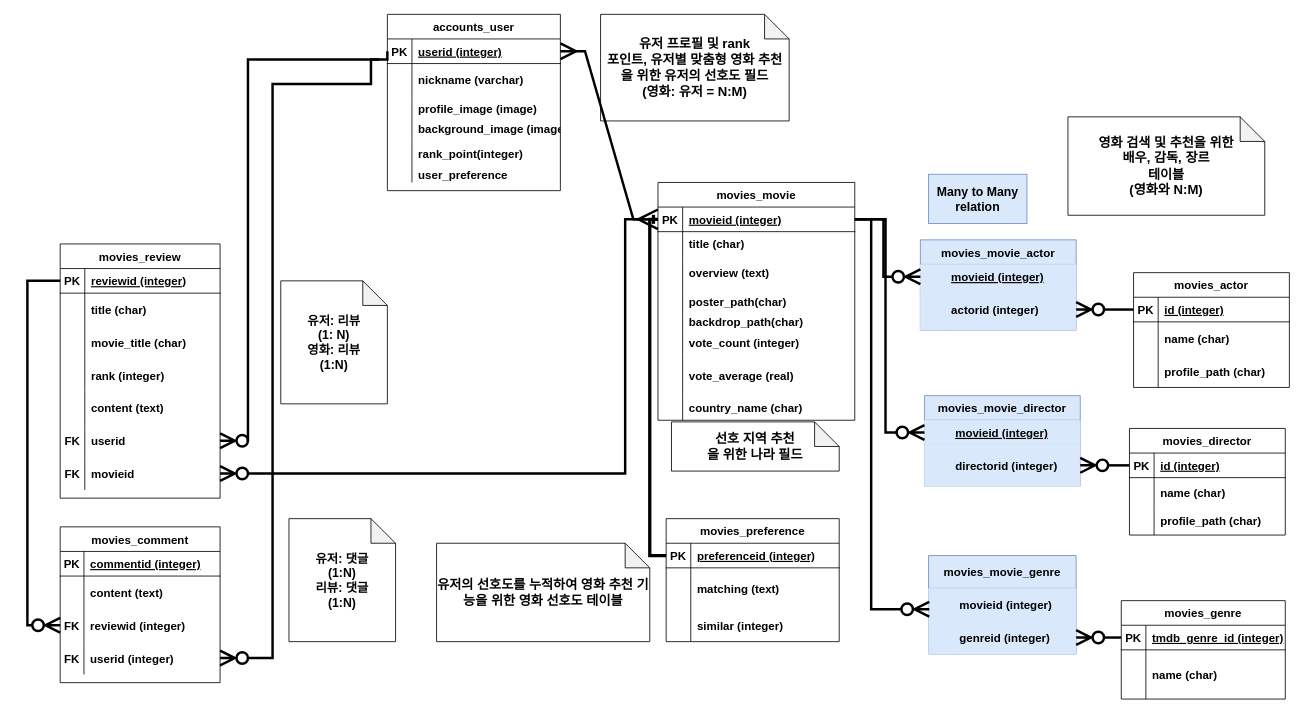
Santiago-kwp/TIL keeps this draw.io diagram as sqlite-learn/prac_sql/movie_pjt.drawio. Above is the earlier version. Source tidied: cells renumbered, new cells numbered last; positions are measured from the earlier drawing's top-left corner, leaving out a move shared by most shapes. Both pictures are drawn from the tidied source at 82%, with x=0, y=0 at pixel (27, 14).
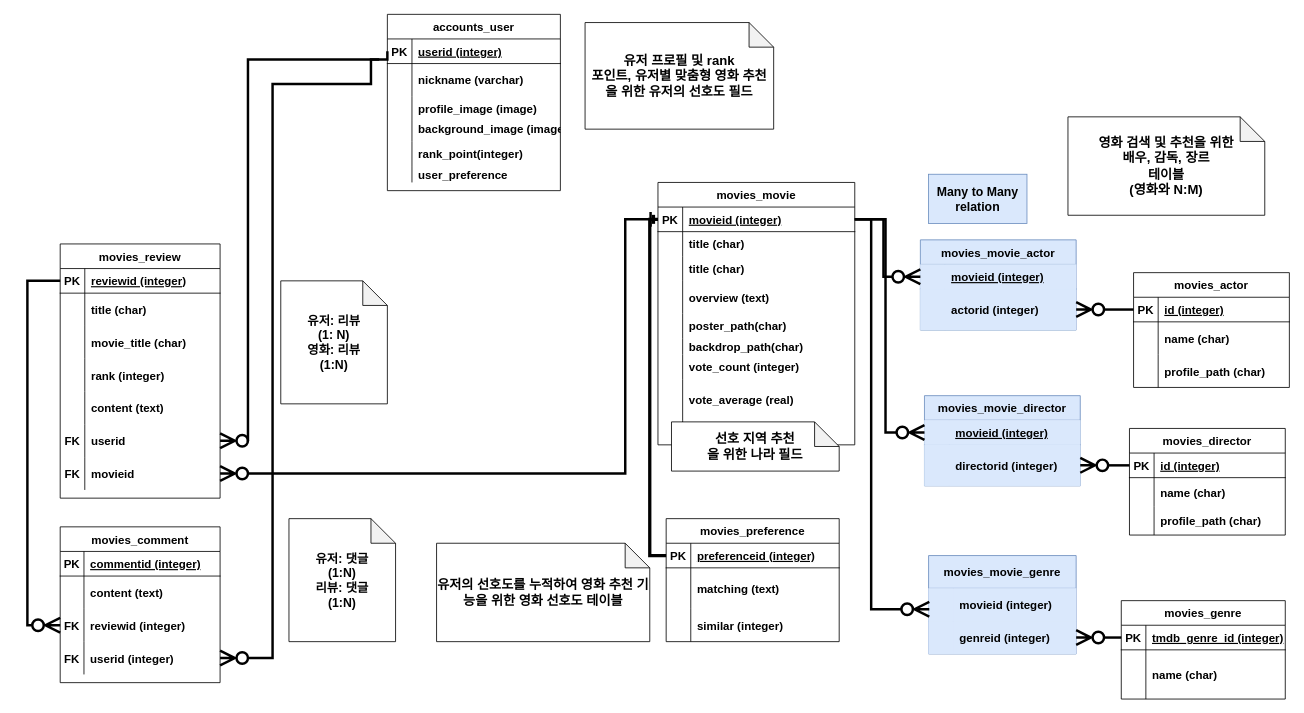
The same diagram, later.

The change refers to these unchanged cells:
```xml
<mxCell id="23" style="shape=partialRectangle;fillColor=none;top=0;left=0;bottom=1;right=0;points=[[0,0.5],[1,0.5]];portConstraint=eastwest;fontStyle=1;fontSize=14;" parent="22" vertex="1">
  <mxGeometry y="30" width="240" height="30" as="geometry" />
</mxCell>
<mxCell id="66" style="shape=partialRectangle;fillColor=none;top=0;left=0;bottom=0;right=0;points=[[0,0.5],[1,0.5]];portConstraint=eastwest;fontSize=14;" parent="47" vertex="1">
  <mxGeometry y="260" width="195" height="40" as="geometry" />
</mxCell>
```

Diff of the diagram source:
```diff
@@
     <mxCell id="22" value="movies_movie" style="shape=table;startSize=30;childLayout=tableLayout;rowLines=0;fontStyle=1;align=center;fontSize=14;" parent="1" vertex="1">
-      <mxGeometry x="768.9" y="205" width="240" height="290" as="geometry" />
+      <mxGeometry x="768.9" y="205" width="240" height="320" as="geometry" />
     </mxCell>
@@
+    <mxCell id="158" style="shape=partialRectangle;fillColor=none;top=0;left=0;bottom=0;right=0;fontStyle=1;fontSize=14;" parent="22" vertex="1">
+      <mxGeometry y="60" width="240" height="30" as="geometry" />
+    </mxCell>
+    <mxCell id="159" style="shape=partialRectangle;fillColor=none;top=0;left=0;bottom=0;right=0;overflow=hidden;fontStyle=1;fontSize=14;" parent="158" vertex="1">
+      <mxGeometry width="30.1" height="30" as="geometry" />
+    </mxCell>
+    <mxCell id="160" value="title (char)" style="shape=partialRectangle;fillColor=none;top=0;left=0;bottom=0;right=0;align=left;spacingLeft=6;overflow=hidden;fontStyle=1;fontSize=14;" parent="158" vertex="1">
+      <mxGeometry x="30.1" width="209.9" height="30" as="geometry" />
+    </mxCell>
     <mxCell id="26" style="shape=partialRectangle;fillColor=none;top=0;left=0;bottom=0;right=0;fontStyle=1;fontSize=14;" parent="22" vertex="1">
-      <mxGeometry y="60" width="240" height="30" as="geometry" />
+      <mxGeometry y="90" width="240" height="30" as="geometry" />
     </mxCell>
@@
     <mxCell id="29" style="shape=partialRectangle;fillColor=none;top=0;left=0;bottom=0;right=0;fontStyle=1;fontSize=14;" parent="22" vertex="1">
-      <mxGeometry y="90" width="240" height="40" as="geometry" />
+      <mxGeometry y="120" width="240" height="40" as="geometry" />
     </mxCell>
@@
     <mxCell id="32" style="shape=partialRectangle;fillColor=none;top=0;left=0;bottom=0;right=0;fontStyle=1;fontSize=14;" parent="22" vertex="1">
-      <mxGeometry y="130" width="240" height="30" as="geometry" />
+      <mxGeometry y="160" width="240" height="30" as="geometry" />
     </mxCell>
@@
     <mxCell id="35" style="shape=partialRectangle;fillColor=none;top=0;left=0;bottom=0;right=0;fontStyle=1;fontSize=14;" parent="22" vertex="1">
-      <mxGeometry y="160" width="240" height="20" as="geometry" />
+      <mxGeometry y="190" width="240" height="20" as="geometry" />
     </mxCell>
@@
     <mxCell id="38" style="shape=partialRectangle;fillColor=none;top=0;left=0;bottom=0;right=0;fontStyle=1;fontSize=14;" parent="22" vertex="1">
-      <mxGeometry y="180" width="240" height="30" as="geometry" />
+      <mxGeometry y="210" width="240" height="30" as="geometry" />
     </mxCell>
@@
     <mxCell id="41" style="shape=partialRectangle;fillColor=none;top=0;left=0;bottom=0;right=0;fontStyle=1;fontSize=14;" parent="22" vertex="1">
-      <mxGeometry y="210" width="240" height="50" as="geometry" />
+      <mxGeometry y="240" width="240" height="50" as="geometry" />
     </mxCell>
@@
     <mxCell id="44" style="shape=partialRectangle;fillColor=none;top=0;left=0;bottom=0;right=0;fontStyle=1;fontSize=14;" parent="22" vertex="1">
-      <mxGeometry y="260" width="240" height="30" as="geometry" />
+      <mxGeometry y="290" width="240" height="30" as="geometry" />
     </mxCell>
@@
-    <mxCell id="137" style="edgeStyle=orthogonalEdgeStyle;rounded=0;jumpStyle=none;jettySize=auto;html=1;exitX=0;exitY=0.5;exitDx=0;exitDy=0;entryX=1;entryY=0.5;entryDx=0;entryDy=0;fontSize=13;endArrow=ERzeroToMany;endFill=0;startSize=14;endSize=14;strokeWidth=3;" parent="1" edge="1" source="23" target="66">
+    <mxCell id="137" style="edgeStyle=orthogonalEdgeStyle;rounded=0;jumpStyle=none;jettySize=auto;html=1;exitX=0;exitY=0.5;exitDx=0;exitDy=0;entryX=1;entryY=0.5;entryDx=0;entryDy=0;fontSize=13;endArrow=ERzeroToMany;endFill=0;startSize=14;endSize=14;strokeWidth=3;startArrow=ERone;startFill=0;" parent="1" edge="1" source="23" target="66">
       <mxGeometry relative="1" as="geometry">
         <Array as="points">
-          <mxPoint x="728.9" y="250" />
-          <mxPoint x="728.9" y="560" />
+          <mxPoint x="729" y="250" />
+          <mxPoint x="729" y="560" />
         </Array>
       </mxGeometry>
     </mxCell>
@@
-    <mxCell id="142" value="&lt;b style=&quot;font-size: 16px&quot;&gt;유저 프로필 및 rank&lt;br&gt;포인트, 유저별 맞춤형 영화 추천을 위한 유저의 선호도 필드&lt;br&gt;(영화: 유저 = N:M)&lt;br&gt;&lt;/b&gt;" style="shape=note;whiteSpace=wrap;html=1;backgroundOutline=1;darkOpacity=0.05;fontSize=13;gradientColor=none;" parent="1" vertex="1">
-      <mxGeometry x="698.9" width="230" height="130" as="geometry" />
+    <mxCell id="142" value="&lt;b style=&quot;font-size: 16px&quot;&gt;유저 프로필 및 rank&lt;br&gt;포인트, 유저별 맞춤형 영화 추천을 위한 유저의 선호도 필드&lt;br&gt;&lt;/b&gt;" style="shape=note;whiteSpace=wrap;html=1;backgroundOutline=1;darkOpacity=0.05;fontSize=13;gradientColor=none;" parent="1" vertex="1">
+      <mxGeometry x="680" y="10" width="230" height="130" as="geometry" />
     </mxCell>
@@
-    <mxCell id="157" style="edgeStyle=entityRelationEdgeStyle;fontSize=12;html=1;endArrow=ERmany;startArrow=ERmany;rounded=0;startSize=15;strokeColor=default;strokeWidth=3;endSize=20;entryX=0;entryY=0.5;entryDx=0;entryDy=0;" parent="1" edge="1" target="23">
-      <mxGeometry relative="1" as="geometry">
-        <mxPoint x="649.9" y="45" as="sourcePoint" />
-      </mxGeometry>
-    </mxCell>
```
